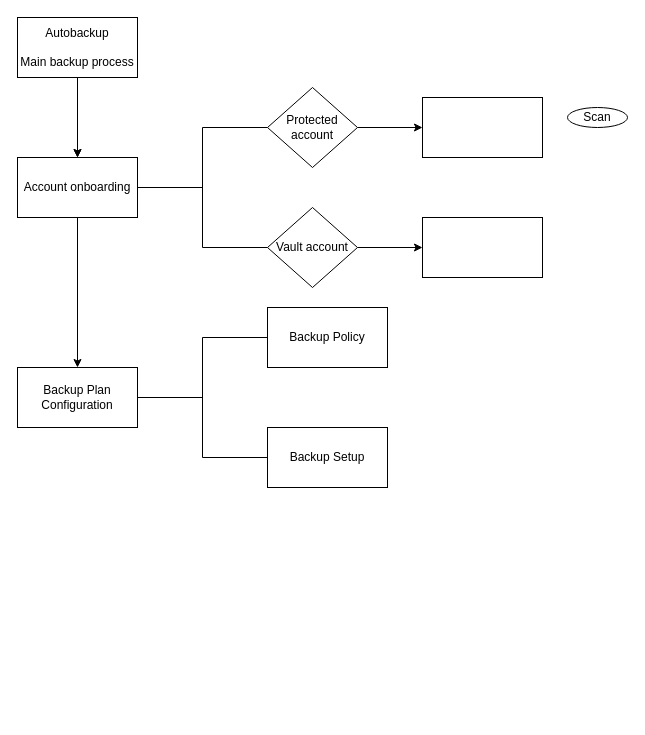
Above: Untitled Diagram.drawio in amuRico/follow (draw.io), before the change. Source tidied: cells renumbered, new cells numbered last; positions are measured from the earlier drawing's top-left corner, leaving out a move shared by most shapes. Both pictures are drawn from the tidied source at 100%, with x=0, y=0 at pixel (17, 17).
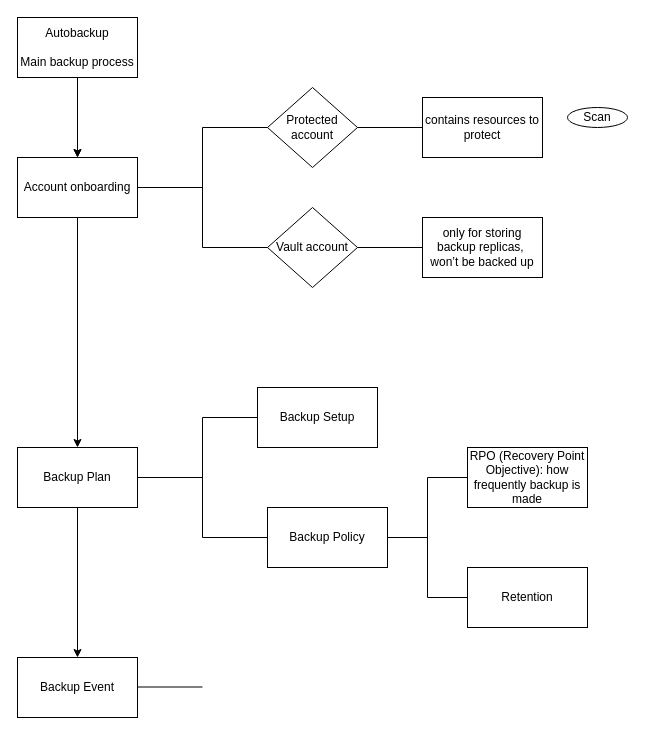
After the change.

Unchanged cells that the change refers to:
```xml
<mxCell id="8" value="Protected account" style="rhombus;whiteSpace=wrap;html=1;rounded=0;" parent="1" vertex="1">
  <mxGeometry x="250" y="70" width="90" height="80" as="geometry" />
</mxCell>
<mxCell id="10" value="Vault account" style="rhombus;whiteSpace=wrap;html=1;rounded=0;" parent="1" vertex="1">
  <mxGeometry x="250" y="190" width="90" height="80" as="geometry" />
</mxCell>
```

The edit, as a diff of the source:
```diff
@@
-    <mxCell id="7" style="edgeStyle=orthogonalEdgeStyle;rounded=0;jettySize=auto;html=1;fontFamily=Helvetica;fontSize=12;fontColor=default;" parent="1" edge="1" source="8" target="17">
-      <mxGeometry relative="1" as="geometry" />
-    </mxCell>
@@
-    <mxCell id="9" style="edgeStyle=orthogonalEdgeStyle;rounded=0;jettySize=auto;html=1;fontFamily=Helvetica;fontSize=12;fontColor=default;" parent="1" edge="1" source="10" target="18">
-      <mxGeometry relative="1" as="geometry" />
-    </mxCell>
@@
+    <mxCell id="19" style="edgeStyle=orthogonalEdgeStyle;rounded=0;jettySize=auto;html=1;fontFamily=Helvetica;fontSize=12;fontColor=default;" parent="1" edge="1" source="13" target="21">
+      <mxGeometry relative="1" as="geometry" />
+    </mxCell>
-    <mxCell id="13" value="Backup Plan Configuration" style="whiteSpace=wrap;html=1;rounded=0;" parent="1" vertex="1">
-      <mxGeometry y="350" width="120" height="60" as="geometry" />
+    <mxCell id="13" value="Backup Plan " style="whiteSpace=wrap;html=1;rounded=0;" parent="1" vertex="1">
+      <mxGeometry y="430" width="120" height="60" as="geometry" />
     </mxCell>
     <mxCell id="14" style="strokeWidth=1;html=1;shape=mxgraph.flowchart.annotation_2;align=left;labelPosition=right;rounded=0;fontFamily=Helvetica;fontSize=12;fontColor=default;fillColor=default;" parent="1" vertex="1">
-      <mxGeometry x="120" y="320" width="130" height="120" as="geometry" />
+      <mxGeometry x="120" y="400" width="130" height="120" as="geometry" />
     </mxCell>
     <mxCell id="15" value="Backup Policy" style="rounded=0;whiteSpace=wrap;html=1;fontFamily=Helvetica;fontSize=12;fontColor=default;strokeColor=default;strokeWidth=1;fillColor=default;" parent="1" vertex="1">
-      <mxGeometry x="250" y="290" width="120" height="60" as="geometry" />
+      <mxGeometry x="250" y="490" width="120" height="60" as="geometry" />
     </mxCell>
     <mxCell id="16" value="&lt;div&gt;Backup Setup&lt;/div&gt;" style="rounded=0;whiteSpace=wrap;html=1;fontFamily=Helvetica;fontSize=12;fontColor=default;strokeColor=default;strokeWidth=1;fillColor=default;" parent="1" vertex="1">
-      <mxGeometry x="250" y="410" width="120" height="60" as="geometry" />
+      <mxGeometry x="240" y="370" width="120" height="60" as="geometry" />
     </mxCell>
-    <mxCell id="17" style="whiteSpace=wrap;html=1;rounded=0;" parent="1" vertex="1">
+    <mxCell id="17" value="contains resources to protect" style="whiteSpace=wrap;html=1;rounded=0;" parent="1" vertex="1">
       <mxGeometry x="405" y="80" width="120" height="60" as="geometry" />
     </mxCell>
-    <mxCell id="18" style="whiteSpace=wrap;html=1;rounded=0;" parent="1" vertex="1">
+    <mxCell id="18" value="only for storing backup replicas,&amp;nbsp; won’t be backed up" style="whiteSpace=wrap;html=1;rounded=0;" parent="1" vertex="1">
       <mxGeometry x="405" y="200" width="120" height="60" as="geometry" />
     </mxCell>
+    <mxCell id="9" style="endArrow=none;html=1;rounded=0;fontFamily=Helvetica;fontSize=12;fontColor=default;entryX=0;entryY=0.5;entryDx=0;entryDy=0;exitX=1;exitY=0.5;exitDx=0;exitDy=0;" parent="1" edge="1" source="10" target="18">
+      <mxGeometry relative="1" as="geometry" />
+    </mxCell>
+    <mxCell id="20" style="endArrow=none;html=1;rounded=0;fontFamily=Helvetica;fontSize=12;fontColor=default;entryX=0;entryY=0.5;entryDx=0;entryDy=0;exitX=1;exitY=0.5;exitDx=0;exitDy=0;" parent="1" edge="1">
+      <mxGeometry relative="1" as="geometry">
+        <mxPoint x="340" y="110" as="sourcePoint" />
+        <mxPoint x="405" y="110" as="targetPoint" />
+      </mxGeometry>
+    </mxCell>
+    <mxCell id="21" value="Backup Event " style="whiteSpace=wrap;html=1;rounded=0;" parent="1" vertex="1">
+      <mxGeometry y="640" width="120" height="60" as="geometry" />
+    </mxCell>
+    <mxCell id="22" style="endArrow=none;html=1;rounded=0;fontFamily=Helvetica;fontSize=12;fontColor=default;entryX=0;entryY=0.5;entryDx=0;entryDy=0;exitX=1;exitY=0.5;exitDx=0;exitDy=0;" parent="1" edge="1">
+      <mxGeometry relative="1" as="geometry">
+        <mxPoint x="120" y="669.5" as="sourcePoint" />
+        <mxPoint x="185" y="669.5" as="targetPoint" />
+      </mxGeometry>
+    </mxCell>
+    <mxCell id="23" style="strokeWidth=1;html=1;shape=mxgraph.flowchart.annotation_2;align=left;labelPosition=right;rounded=0;fontFamily=Helvetica;fontSize=12;fontColor=default;fillColor=default;" parent="1" vertex="1">
+      <mxGeometry x="370" y="460" width="80" height="120" as="geometry" />
+    </mxCell>
+    <mxCell id="24" value="RPO (Recovery Point Objective): how frequently backup is made" style="rounded=0;whiteSpace=wrap;html=1;fontFamily=Helvetica;fontSize=12;fontColor=default;strokeColor=default;strokeWidth=1;fillColor=default;" parent="1" vertex="1">
+      <mxGeometry x="450" y="430" width="120" height="60" as="geometry" />
+    </mxCell>
+    <mxCell id="25" value="&lt;div&gt;Retention&lt;/div&gt;" style="rounded=0;whiteSpace=wrap;html=1;fontFamily=Helvetica;fontSize=12;fontColor=default;strokeColor=default;strokeWidth=1;fillColor=default;" parent="1" vertex="1">
+      <mxGeometry x="450" y="550" width="120" height="60" as="geometry" />
+    </mxCell>
```
